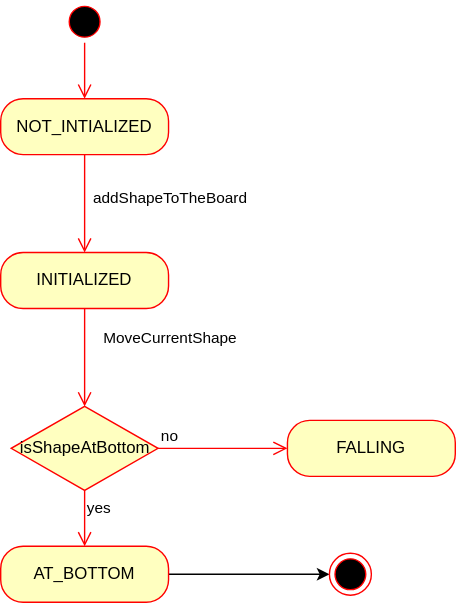
Above: Diagrams/ShapeStateDiagram.svg in WeedTractor420/Tetris (draw.io), before the change. Source tidied: cells renumbered, new cells last; positions are measured from the earlier drawing's top-left corner, leaving out a move shared by most shapes. Its diagram source:
```xml
<mxGraphModel>
  <root>
    <mxCell id="0" />
    <mxCell id="1" parent="0" />
    <mxCell id="2" style="ellipse;html=1;shape=startState;fillColor=#000000;strokeColor=#ff0000;" parent="1" vertex="1">
      <mxGeometry x="45" width="30" height="30" as="geometry" />
    </mxCell>
    <mxCell id="3" style="edgeStyle=orthogonalEdgeStyle;html=1;verticalAlign=bottom;endArrow=open;endSize=8;strokeColor=#ff0000;rounded=0;entryX=0.5;entryY=0;entryDx=0;entryDy=0;" parent="1" edge="1" source="2" target="4">
      <mxGeometry relative="1" as="geometry" />
    </mxCell>
    <mxCell id="4" value="NOT_INTIALIZED" style="rounded=1;whiteSpace=wrap;html=1;arcSize=40;fontColor=#000000;fillColor=#ffffc0;strokeColor=#ff0000;" parent="1" vertex="1">
      <mxGeometry y="70" width="120" height="40" as="geometry" />
    </mxCell>
    <mxCell id="5" style="edgeStyle=orthogonalEdgeStyle;html=1;verticalAlign=bottom;endArrow=open;endSize=8;strokeColor=#ff0000;rounded=0;entryX=0.5;entryY=0;entryDx=0;entryDy=0;" parent="1" edge="1" source="4" target="14">
      <mxGeometry relative="1" as="geometry" />
    </mxCell>
    <mxCell id="6" value="addShapeToTheBoard" style="edgeLabel;html=1;align=center;verticalAlign=middle;" parent="5" vertex="1">
      <mxGeometry x="-0.35" relative="1" as="geometry">
        <mxPoint x="60" y="7" as="offset" />
      </mxGeometry>
    </mxCell>
    <mxCell id="7" style="edgeStyle=orthogonalEdgeStyle;rounded=0;jettySize=auto;html=1;entryX=0;entryY=0.5;entryDx=0;entryDy=0;" parent="1" edge="1" source="8" target="13">
      <mxGeometry relative="1" as="geometry" />
    </mxCell>
    <mxCell id="8" value="AT_BOTTOM" style="rounded=1;whiteSpace=wrap;html=1;arcSize=40;fontColor=#000000;fillColor=#ffffc0;strokeColor=#ff0000;" parent="1" vertex="1">
      <mxGeometry y="390" width="120" height="40" as="geometry" />
    </mxCell>
    <mxCell id="9" value="FALLING" style="rounded=1;whiteSpace=wrap;html=1;arcSize=40;fontColor=#000000;fillColor=#ffffc0;strokeColor=#ff0000;" parent="1" vertex="1">
      <mxGeometry x="205" y="300" width="120" height="40" as="geometry" />
    </mxCell>
    <mxCell id="10" value="isShapeAtBottom" style="rhombus;whiteSpace=wrap;html=1;fontColor=#000000;fillColor=#ffffc0;strokeColor=#ff0000;" parent="1" vertex="1">
      <mxGeometry x="7.5" y="290" width="105" height="60" as="geometry" />
    </mxCell>
    <mxCell id="11" value="no" style="edgeStyle=orthogonalEdgeStyle;html=1;align=left;verticalAlign=bottom;endArrow=open;endSize=8;strokeColor=#ff0000;rounded=0;entryX=0;entryY=0.5;entryDx=0;entryDy=0;" parent="1" edge="1" source="10" target="9">
      <mxGeometry x="-1" relative="1" as="geometry" />
    </mxCell>
    <mxCell id="12" value="yes" style="edgeStyle=orthogonalEdgeStyle;html=1;align=left;verticalAlign=top;endArrow=open;endSize=8;strokeColor=#ff0000;rounded=0;entryX=0.5;entryY=0;entryDx=0;entryDy=0;" parent="1" edge="1" source="10" target="8">
      <mxGeometry x="-1" relative="1" as="geometry" />
    </mxCell>
    <mxCell id="13" style="ellipse;html=1;shape=endState;fillColor=#000000;strokeColor=#ff0000;" parent="1" vertex="1">
      <mxGeometry x="235" y="395" width="30" height="30" as="geometry" />
    </mxCell>
    <mxCell id="14" value="INITIALIZED" style="rounded=1;whiteSpace=wrap;html=1;arcSize=40;fontColor=#000000;fillColor=#ffffc0;strokeColor=#ff0000;" parent="1" vertex="1">
      <mxGeometry y="180" width="120" height="40" as="geometry" />
    </mxCell>
    <mxCell id="15" style="edgeStyle=orthogonalEdgeStyle;html=1;verticalAlign=bottom;endArrow=open;endSize=8;strokeColor=#ff0000;rounded=0;entryX=0.5;entryY=0;entryDx=0;entryDy=0;" parent="1" edge="1" source="14" target="10">
      <mxGeometry relative="1" as="geometry" />
    </mxCell>
    <mxCell id="16" value="MoveCurrentShape" style="edgeLabel;html=1;align=center;verticalAlign=middle;" parent="15" vertex="1">
      <mxGeometry x="-0.15" y="-2" relative="1" as="geometry">
        <mxPoint x="62" y="-10" as="offset" />
      </mxGeometry>
    </mxCell>
  </root>
</mxGraphModel>
```
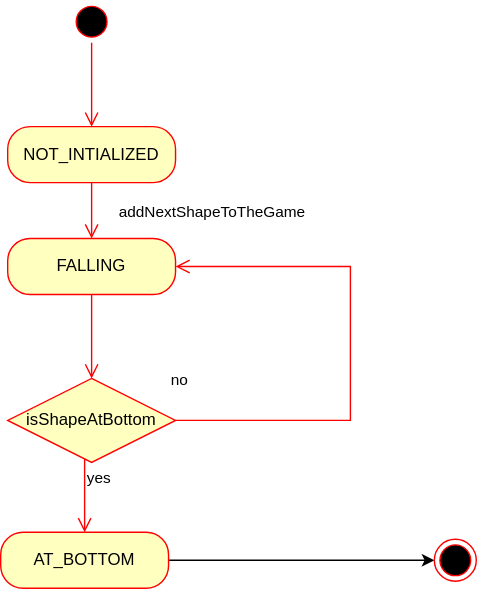
Later version of the same file.

The edit, as a diff of the source:
```diff
@@ -3,53 +3,58 @@
     <mxCell id="0" />
     <mxCell id="1" parent="0" />
     <mxCell id="2" style="ellipse;html=1;shape=startState;fillColor=#000000;strokeColor=#ff0000;" parent="1" vertex="1">
-      <mxGeometry x="45" width="30" height="30" as="geometry" />
+      <mxGeometry x="45" y="90" width="30" height="30" as="geometry" />
     </mxCell>
-    <mxCell id="3" style="edgeStyle=orthogonalEdgeStyle;html=1;verticalAlign=bottom;endArrow=open;endSize=8;strokeColor=#ff0000;rounded=0;entryX=0.5;entryY=0;entryDx=0;entryDy=0;" parent="1" edge="1" source="2" target="4">
-      <mxGeometry relative="1" as="geometry" />
+    <mxCell id="3" style="edgeStyle=orthogonalEdgeStyle;html=1;verticalAlign=bottom;endArrow=open;endSize=8;strokeColor=#ff0000;rounded=0;" parent="1" edge="1" source="2">
+      <mxGeometry relative="1" as="geometry">
+        <mxPoint x="60" y="180" as="targetPoint" />
+      </mxGeometry>
     </mxCell>
     <mxCell id="4" value="NOT_INTIALIZED" style="rounded=1;whiteSpace=wrap;html=1;arcSize=40;fontColor=#000000;fillColor=#ffffc0;strokeColor=#ff0000;" parent="1" vertex="1">
-      <mxGeometry y="70" width="120" height="40" as="geometry" />
+      <mxGeometry y="180" width="120" height="40" as="geometry" />
     </mxCell>
-    <mxCell id="5" style="edgeStyle=orthogonalEdgeStyle;html=1;verticalAlign=bottom;endArrow=open;endSize=8;strokeColor=#ff0000;rounded=0;entryX=0.5;entryY=0;entryDx=0;entryDy=0;" parent="1" edge="1" source="4" target="14">
+    <mxCell id="5" style="edgeStyle=orthogonalEdgeStyle;html=1;verticalAlign=bottom;endArrow=open;endSize=8;strokeColor=#ff0000;rounded=0;entryX=0.5;entryY=0;entryDx=0;entryDy=0;" parent="1" edge="1" source="4" target="9">
       <mxGeometry relative="1" as="geometry" />
     </mxCell>
-    <mxCell id="6" value="addShapeToTheBoard" style="edgeLabel;html=1;align=center;verticalAlign=middle;" parent="5" vertex="1">
-      <mxGeometry x="-0.35" relative="1" as="geometry">
-        <mxPoint x="60" y="7" as="offset" />
-      </mxGeometry>
-    </mxCell>
+    <mxCell id="17" value="addNextShapeToTheGame" style="edgeLabel;html=1;align=center;verticalAlign=middle;" parent="5" vertex="1">
+      <mxGeometry x="0.22" y="-1" relative="1" as="geometry">
+        <mxPoint x="86" y="-4" as="offset" />
+      </mxGeometry>
+    </mxCell>
     <mxCell id="7" style="edgeStyle=orthogonalEdgeStyle;rounded=0;jettySize=auto;html=1;entryX=0;entryY=0.5;entryDx=0;entryDy=0;" parent="1" edge="1" source="8" target="13">
       <mxGeometry relative="1" as="geometry" />
     </mxCell>
     <mxCell id="8" value="AT_BOTTOM" style="rounded=1;whiteSpace=wrap;html=1;arcSize=40;fontColor=#000000;fillColor=#ffffc0;strokeColor=#ff0000;" parent="1" vertex="1">
-      <mxGeometry y="390" width="120" height="40" as="geometry" />
+      <mxGeometry x="-5" y="470" width="120" height="40" as="geometry" />
     </mxCell>
     <mxCell id="9" value="FALLING" style="rounded=1;whiteSpace=wrap;html=1;arcSize=40;fontColor=#000000;fillColor=#ffffc0;strokeColor=#ff0000;" parent="1" vertex="1">
-      <mxGeometry x="205" y="300" width="120" height="40" as="geometry" />
+      <mxGeometry y="260" width="120" height="40" as="geometry" />
     </mxCell>
+    <mxCell id="13" style="ellipse;html=1;shape=endState;fillColor=#000000;strokeColor=#ff0000;" parent="1" vertex="1">
+      <mxGeometry x="305" y="475" width="30" height="30" as="geometry" />
+    </mxCell>
     <mxCell id="10" value="isShapeAtBottom" style="rhombus;whiteSpace=wrap;html=1;fontColor=#000000;fillColor=#ffffc0;strokeColor=#ff0000;" parent="1" vertex="1">
-      <mxGeometry x="7.5" y="290" width="105" height="60" as="geometry" />
+      <mxGeometry y="360" width="120" height="60" as="geometry" />
     </mxCell>
-    <mxCell id="11" value="no" style="edgeStyle=orthogonalEdgeStyle;html=1;align=left;verticalAlign=bottom;endArrow=open;endSize=8;strokeColor=#ff0000;rounded=0;entryX=0;entryY=0.5;entryDx=0;entryDy=0;" parent="1" edge="1" source="10" target="9">
-      <mxGeometry x="-1" relative="1" as="geometry" />
+    <mxCell id="11" value="no" style="edgeStyle=orthogonalEdgeStyle;html=1;align=left;verticalAlign=bottom;endArrow=open;endSize=8;strokeColor=#ff0000;rounded=0;entryX=1;entryY=0.5;entryDx=0;entryDy=0;" parent="1" edge="1" source="10" target="9">
+      <mxGeometry x="-1" y="21" relative="1" as="geometry">
+        <Array as="points">
+          <mxPoint x="245" y="390" />
+          <mxPoint x="245" y="280" />
+        </Array>
+        <mxPoint x="-5" y="1" as="offset" />
+      </mxGeometry>
     </mxCell>
     <mxCell id="12" value="yes" style="edgeStyle=orthogonalEdgeStyle;html=1;align=left;verticalAlign=top;endArrow=open;endSize=8;strokeColor=#ff0000;rounded=0;entryX=0.5;entryY=0;entryDx=0;entryDy=0;" parent="1" edge="1" source="10" target="8">
-      <mxGeometry x="-1" relative="1" as="geometry" />
+      <mxGeometry x="-1" relative="1" as="geometry">
+        <Array as="points">
+          <mxPoint x="55" y="450" />
+          <mxPoint x="55" y="450" />
+        </Array>
+      </mxGeometry>
     </mxCell>
-    <mxCell id="13" style="ellipse;html=1;shape=endState;fillColor=#000000;strokeColor=#ff0000;" parent="1" vertex="1">
-      <mxGeometry x="235" y="395" width="30" height="30" as="geometry" />
-    </mxCell>
-    <mxCell id="14" value="INITIALIZED" style="rounded=1;whiteSpace=wrap;html=1;arcSize=40;fontColor=#000000;fillColor=#ffffc0;strokeColor=#ff0000;" parent="1" vertex="1">
-      <mxGeometry y="180" width="120" height="40" as="geometry" />
-    </mxCell>
-    <mxCell id="15" style="edgeStyle=orthogonalEdgeStyle;html=1;verticalAlign=bottom;endArrow=open;endSize=8;strokeColor=#ff0000;rounded=0;entryX=0.5;entryY=0;entryDx=0;entryDy=0;" parent="1" edge="1" source="14" target="10">
-      <mxGeometry relative="1" as="geometry" />
-    </mxCell>
-    <mxCell id="16" value="MoveCurrentShape" style="edgeLabel;html=1;align=center;verticalAlign=middle;" parent="15" vertex="1">
-      <mxGeometry x="-0.15" y="-2" relative="1" as="geometry">
-        <mxPoint x="62" y="-10" as="offset" />
-      </mxGeometry>
-    </mxCell>
+    <mxCell id="18" style="edgeStyle=orthogonalEdgeStyle;html=1;verticalAlign=bottom;endArrow=open;endSize=8;strokeColor=#ff0000;rounded=0;exitX=0.5;exitY=1;exitDx=0;exitDy=0;entryX=0.5;entryY=0;entryDx=0;entryDy=0;" parent="1" edge="1" source="9" target="10">
+      <mxGeometry relative="1" as="geometry" />
+    </mxCell>
   </root>
 </mxGraphModel>
```
